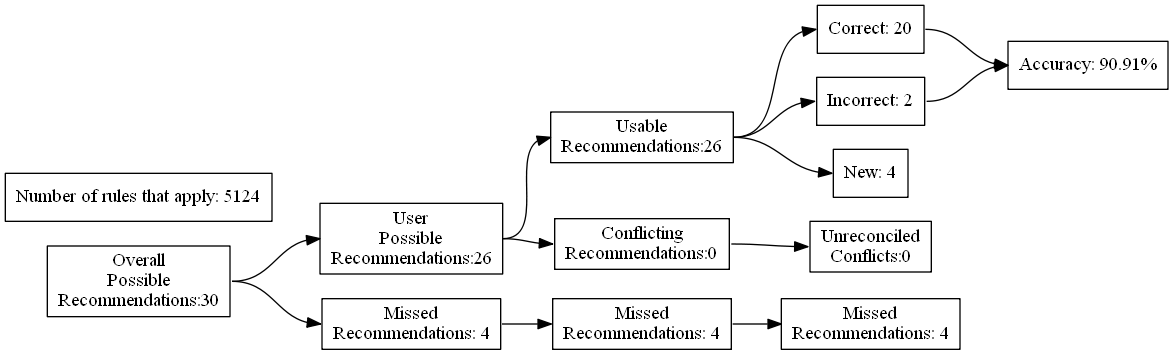
The Graphviz diagram test_renders/7.gv.png in ZaxR/ibd_diet_analysis, before a commit. Its source is kept beside it as test_renders/7.gv. The source it was exported from:
```dot
digraph {
	graph [rankdir=LR]
	node [pos=r shape=box]
	edge [headport=w tailport=e]
		A [label="Overall
Possible
Recommendations:30"]
		B [label="User
Possible
Recommendations:26"]
		C [label="Missed
Recommendations: 4"]
		D [label="Usable
Recommendations:26"]
		E [label="Conflicting
Recommendations:0"]
		J [label="Missed
Recommendations: 4"]
		M [label="Unreconciled
Conflicts:0"]
		F [label="Correct: 20"]
		G [label="Incorrect: 2"]
		H [label="New: 4"]
		K [label="Missed
Recommendations: 4"]
		I [label="Accuracy: 90.91%"]
		l [label="Number of rules that apply: 5124"]
			A -> B
			A -> C
			B -> D
			B -> E
			D -> F
			D -> G
			D -> H
			F -> I
			G -> I
			C -> J
			J -> K
			E -> M
}
```
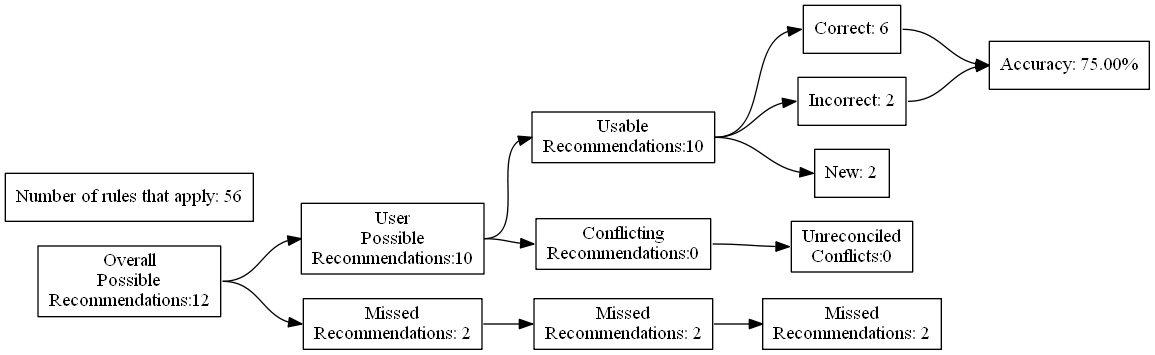
Later version of the same file.

Change to the diagram source:
```diff
@@ -4,27 +4,27 @@
 	edge [headport=w tailport=e]
 		A [label="Overall
 Possible
-Recommendations:30"]
+Recommendations:12"]
 		B [label="User
 Possible
-Recommendations:26"]
+Recommendations:10"]
 		C [label="Missed
-Recommendations: 4"]
+Recommendations: 2"]
 		D [label="Usable
-Recommendations:26"]
+Recommendations:10"]
 		E [label="Conflicting
 Recommendations:0"]
 		J [label="Missed
-Recommendations: 4"]
+Recommendations: 2"]
 		M [label="Unreconciled
 Conflicts:0"]
-		F [label="Correct: 20"]
+		F [label="Correct: 6"]
 		G [label="Incorrect: 2"]
-		H [label="New: 4"]
+		H [label="New: 2"]
 		K [label="Missed
-Recommendations: 4"]
-		I [label="Accuracy: 90.91%"]
-		l [label="Number of rules that apply: 5124"]
+Recommendations: 2"]
+		I [label="Accuracy: 75.00%"]
+		l [label="Number of rules that apply: 56"]
 			A -> B
 			A -> C
 			B -> D
```
